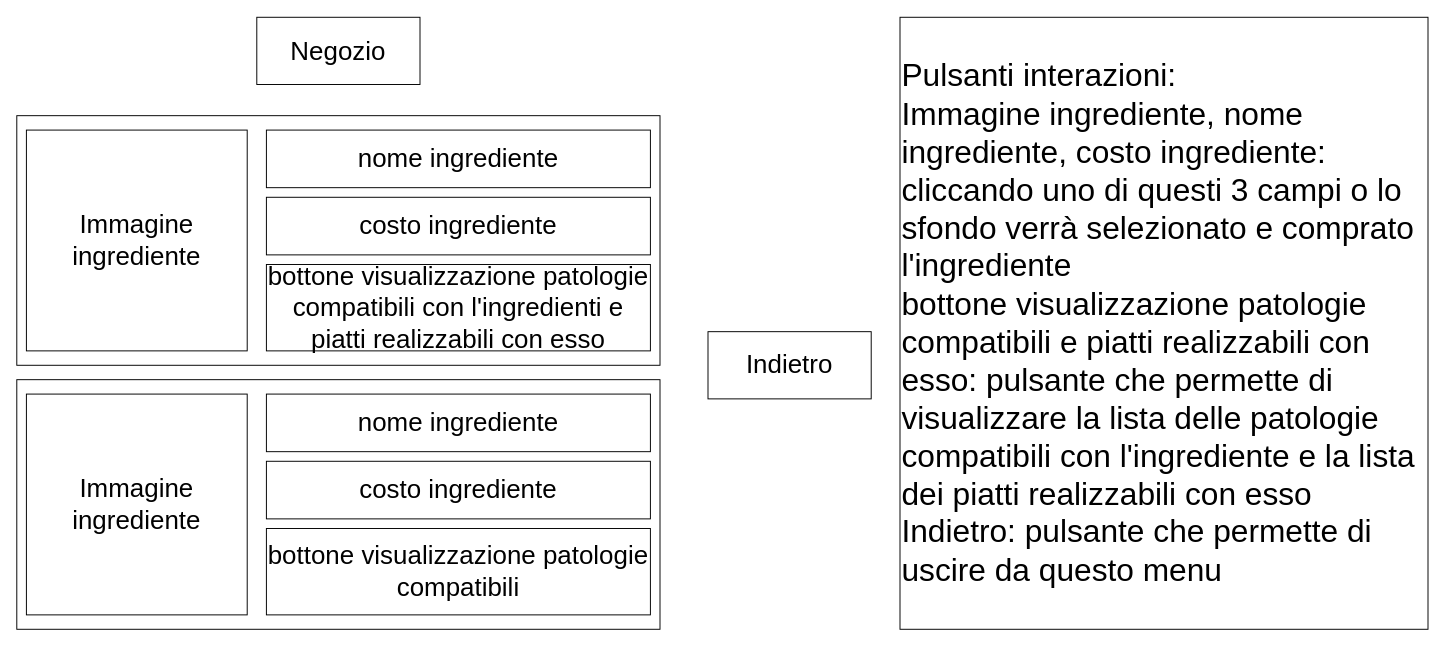
zSavT/Healthy-Catering keeps this draw.io diagram as doc/Progetti Drawio/StoryboardInterazioneConNegozio.drawio. Above is the earlier version. Source tidied: cells renumbered, new cells numbered last; positions are measured from the earlier drawing's top-left corner, leaving out a move shared by most shapes. Both pictures are drawn from the tidied source at 96%, with x=0, y=0 at pixel (16, 16).
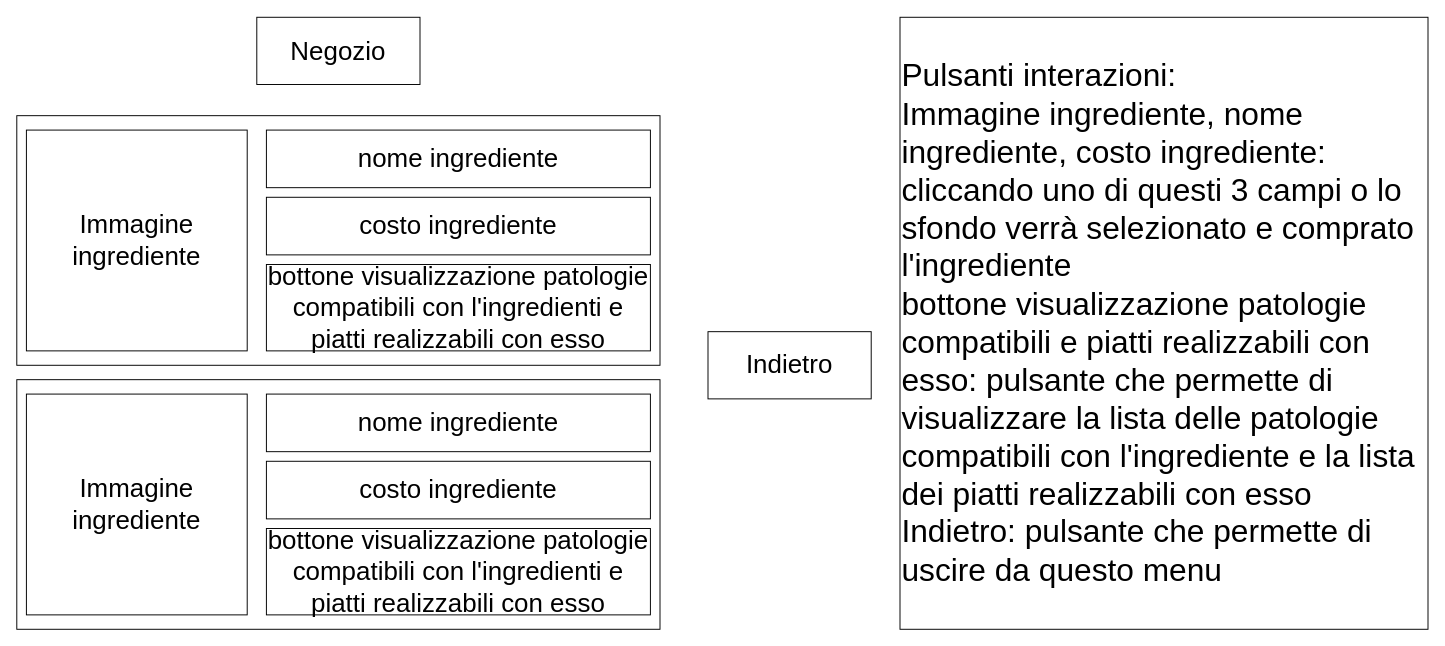
After the change.

Commit message (it also covers changes not shown here):
aggiunto storyboard Visualizzazione ingredienti piatto

Change to the diagram source:
```diff
@@
 <mxGraphModel>
   <root>
     <mxCell id="0" />
     <mxCell id="1" parent="0" />
     <mxCell id="2" value="Negozio" style="rounded=0;whiteSpace=wrap;html=1;fontSize=27;" parent="1" vertex="1">
       <mxGeometry x="250" y="0.5" width="170" height="70" as="geometry" />
     </mxCell>
     <mxCell id="3" value="&lt;font style=&quot;font-size: 33px;&quot;&gt;Pulsanti interazioni:&lt;br&gt;Immagine ingrediente, nome ingrediente, costo ingrediente: cliccando uno di questi 3 campi o lo sfondo verrà selezionato e comprato l'ingrediente&lt;br&gt;bottone visualizzazione patologie compatibili e piatti realizzabili con esso: pulsante che permette di visualizzare la lista delle patologie compatibili con l'ingrediente e la lista dei piatti realizzabili con esso&lt;br&gt;Indietro: pulsante che permette di uscire da questo menu&lt;br&gt;&lt;/font&gt;" style="rounded=0;whiteSpace=wrap;html=1;fontSize=27;align=left;" parent="1" vertex="1">
       <mxGeometry x="920" y="0.5" width="550" height="637.5" as="geometry" />
     </mxCell>
     <mxCell id="4" style="whiteSpace=wrap;html=1;" parent="1" vertex="1">
       <mxGeometry y="103" width="670" height="260" as="geometry" />
     </mxCell>
     <mxCell id="5" value="costo ingrediente" style="rounded=0;whiteSpace=wrap;html=1;fontSize=27;" parent="1" vertex="1">
       <mxGeometry x="260" y="188" width="400" height="60" as="geometry" />
     </mxCell>
     <mxCell id="6" value="bottone visualizzazione patologie compatibili con l'ingredienti e piatti realizzabili con esso" style="rounded=0;whiteSpace=wrap;html=1;fontSize=27;" parent="1" vertex="1">
       <mxGeometry x="260" y="258" width="400" height="90" as="geometry" />
     </mxCell>
     <mxCell id="7" value="Immagine ingrediente" style="rounded=0;whiteSpace=wrap;html=1;fontSize=27;" parent="1" vertex="1">
       <mxGeometry x="10" y="118" width="230" height="230" as="geometry" />
     </mxCell>
     <mxCell id="8" value="nome ingrediente" style="rounded=0;whiteSpace=wrap;html=1;fontSize=27;" parent="1" vertex="1">
       <mxGeometry x="260" y="118" width="400" height="60" as="geometry" />
     </mxCell>
     <mxCell id="9" style="whiteSpace=wrap;html=1;" parent="1" vertex="1">
       <mxGeometry y="378" width="670" height="260" as="geometry" />
     </mxCell>
     <mxCell id="10" value="costo ingrediente" style="rounded=0;whiteSpace=wrap;html=1;fontSize=27;" parent="1" vertex="1">
       <mxGeometry x="260" y="463" width="400" height="60" as="geometry" />
     </mxCell>
-    <mxCell id="11" value="bottone visualizzazione patologie compatibili" style="rounded=0;whiteSpace=wrap;html=1;fontSize=27;" parent="1" vertex="1">
+    <mxCell id="11" value="bottone visualizzazione patologie compatibili con l'ingredienti e piatti realizzabili con esso" style="rounded=0;whiteSpace=wrap;html=1;fontSize=27;" parent="1" vertex="1">
       <mxGeometry x="260" y="533" width="400" height="90" as="geometry" />
     </mxCell>
     <mxCell id="12" value="Immagine ingrediente" style="rounded=0;whiteSpace=wrap;html=1;fontSize=27;" parent="1" vertex="1">
       <mxGeometry x="10" y="393" width="230" height="230" as="geometry" />
     </mxCell>
     <mxCell id="13" value="nome ingrediente" style="rounded=0;whiteSpace=wrap;html=1;fontSize=27;" parent="1" vertex="1">
       <mxGeometry x="260" y="393" width="400" height="60" as="geometry" />
     </mxCell>
     <mxCell id="14" value="Indietro" style="rounded=0;whiteSpace=wrap;html=1;fontSize=27;" parent="1" vertex="1">
       <mxGeometry x="720" y="328" width="170" height="70" as="geometry" />
     </mxCell>
   </root>
 </mxGraphModel>
```
